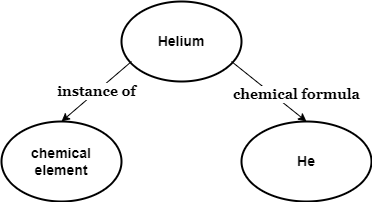
Above: report/images/knowledge_graph.drawio.png in AnasShahab/querying-wikidata-with-graphQL (draw.io), before the change. Source tidied: cells renumbered, new cells last; positions are measured from the earlier drawing's top-left corner, leaving out a move shared by most shapes. Source of this version:
```xml
<mxGraphModel>
  <root>
    <mxCell id="0" />
    <mxCell id="1" parent="0" />
    <mxCell id="2" value="&lt;b&gt;&lt;font style=&quot;font-size: 14px;&quot;&gt;Helium&lt;/font&gt;&lt;/b&gt;" style="ellipse;whiteSpace=wrap;html=1;strokeWidth=2;" parent="1" vertex="1">
      <mxGeometry x="120" width="120" height="80" as="geometry" />
    </mxCell>
    <mxCell id="3" value="&lt;b&gt;&lt;font style=&quot;font-size: 14px;&quot;&gt;He&lt;/font&gt;&lt;/b&gt;" style="ellipse;whiteSpace=wrap;html=1;strokeWidth=2;" parent="1" vertex="1">
      <mxGeometry x="240" y="120" width="130" height="80" as="geometry" />
    </mxCell>
    <mxCell id="4" value="&lt;b style=&quot;border-color: var(--border-color);&quot;&gt;&lt;font style=&quot;border-color: var(--border-color); font-size: 14px;&quot; face=&quot;Georgia&quot;&gt;chemical formula&lt;/font&gt;&lt;/b&gt;" style="endArrow=classic;html=1;rounded=0;entryX=0.5;entryY=0;entryDx=0;entryDy=0;" parent="1" edge="1" target="3">
      <mxGeometry x="0.49" y="15" relative="1" as="geometry">
        <mxPoint x="230" y="60" as="sourcePoint" />
      </mxGeometry>
    </mxCell>
    <mxCell id="5" value="&lt;b&gt;&lt;font style=&quot;font-size: 14px;&quot;&gt;chemical &lt;br&gt;element&lt;/font&gt;&lt;/b&gt;" style="ellipse;whiteSpace=wrap;html=1;strokeWidth=2;" parent="1" vertex="1">
      <mxGeometry y="120" width="120" height="80" as="geometry" />
    </mxCell>
    <mxCell id="6" value="&lt;b&gt;&lt;font style=&quot;font-size: 14px;&quot; face=&quot;Georgia&quot;&gt;instance of&lt;/font&gt;&lt;/b&gt;" style="endArrow=classic;html=1;rounded=0;entryX=0.5;entryY=0;entryDx=0;entryDy=0;" parent="1" edge="1" target="5">
      <mxGeometry relative="1" as="geometry">
        <mxPoint x="130" y="60" as="sourcePoint" />
      </mxGeometry>
    </mxCell>
  </root>
</mxGraphModel>
```
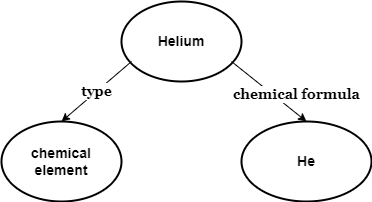
The same diagram one commit later.

Diff of the diagram source:
```diff
@@ -16,7 +16,7 @@
     <mxCell id="5" value="&lt;b&gt;&lt;font style=&quot;font-size: 14px;&quot;&gt;chemical &lt;br&gt;element&lt;/font&gt;&lt;/b&gt;" style="ellipse;whiteSpace=wrap;html=1;strokeWidth=2;" parent="1" vertex="1">
       <mxGeometry y="120" width="120" height="80" as="geometry" />
     </mxCell>
-    <mxCell id="6" value="&lt;b&gt;&lt;font style=&quot;font-size: 14px;&quot; face=&quot;Georgia&quot;&gt;instance of&lt;/font&gt;&lt;/b&gt;" style="endArrow=classic;html=1;rounded=0;entryX=0.5;entryY=0;entryDx=0;entryDy=0;" parent="1" edge="1" target="5">
+    <mxCell id="6" value="&lt;font face=&quot;Georgia&quot;&gt;&lt;span style=&quot;font-size: 14px;&quot;&gt;&lt;b&gt;type&lt;/b&gt;&lt;/span&gt;&lt;/font&gt;" style="endArrow=classic;html=1;rounded=0;entryX=0.5;entryY=0;entryDx=0;entryDy=0;" parent="1" edge="1" target="5">
       <mxGeometry relative="1" as="geometry">
         <mxPoint x="130" y="60" as="sourcePoint" />
       </mxGeometry>
```
